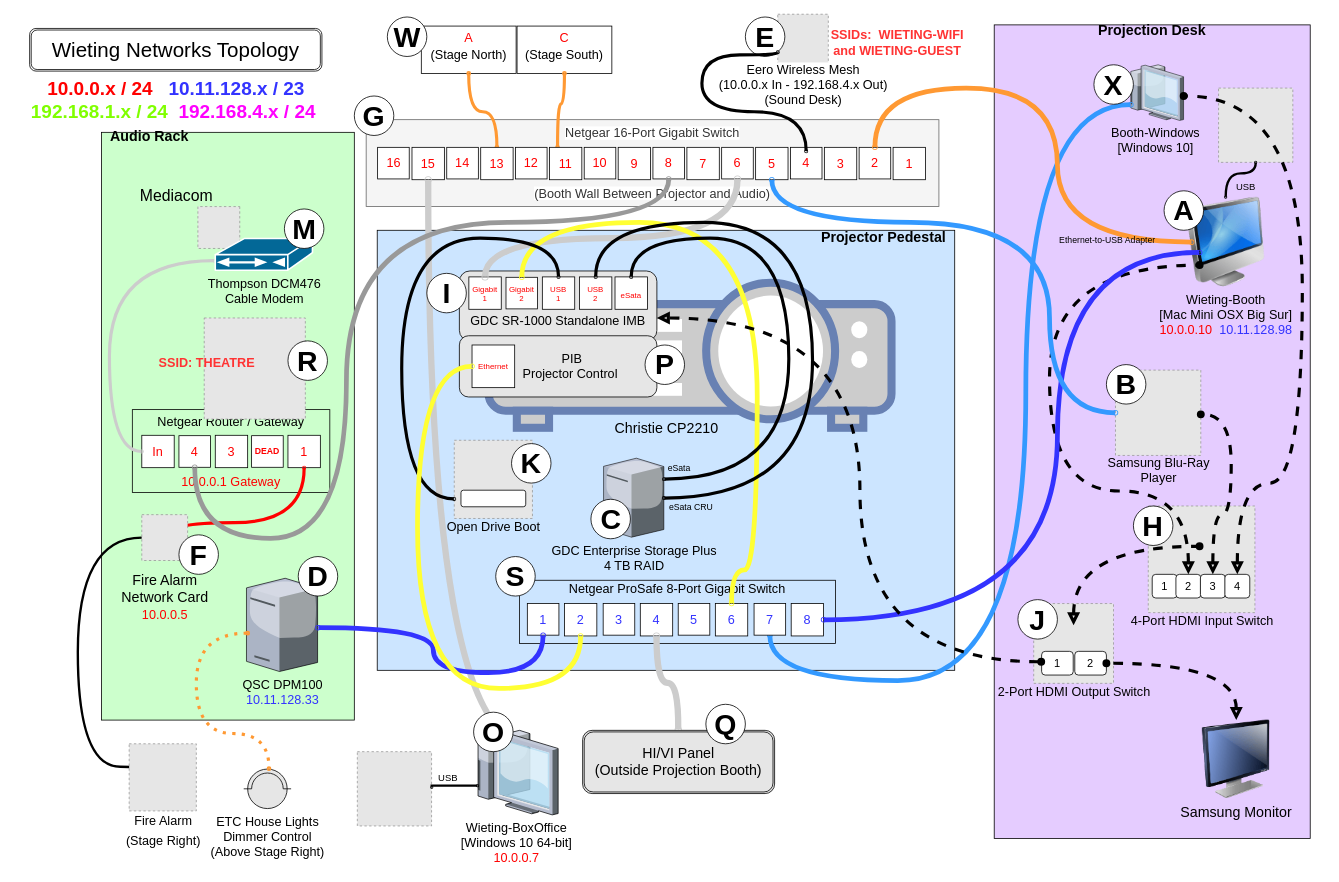
This is site/static/Wieting-Networks-Topology-2021.drawio from SummittDweller/wieting-one-click-hugo-cms, a draw.io file, before an edit. Source tidied: cells renumbered, new cells numbered last; positions are measured from the earlier drawing's top-left corner, leaving out a move shared by most shapes. Both pictures are drawn from the tidied source at 79%, with x=0, y=0 at pixel (13, 13). Pictures stored in the file or linked from it are replaced by grey dashed boxes.
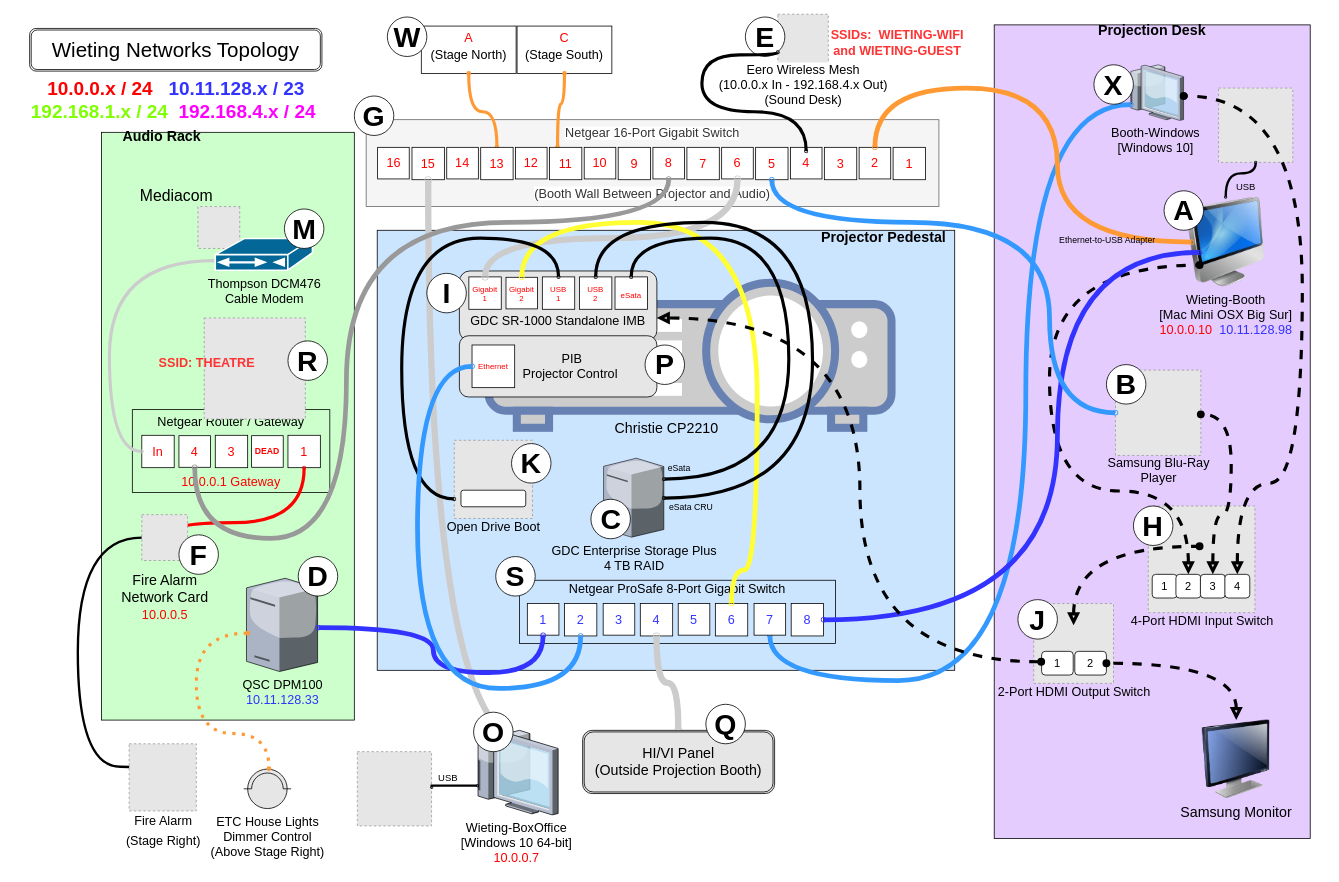
The same diagram, later.

The change refers to these unchanged cells:
```xml
<mxCell id="21" value="2" style="whiteSpace=wrap;html=1;fontSize=16;fontColor=#3333FF;" parent="1" vertex="1">
  <mxGeometry x="697" y="746.5" width="41" height="41" as="geometry" />
</mxCell>
<mxCell id="112" value="Ethernet" style="whiteSpace=wrap;html=1;fontSize=10;fontColor=#FF0000;" parent="1" vertex="1">
  <mxGeometry x="580" y="419.2" width="54" height="54" as="geometry" />
</mxCell>
```

Change to the diagram source:
```diff
@@
-    <mxCell id="2" value="&lt;font style=&quot;font-size: 18px&quot;&gt;&lt;b&gt;&amp;nbsp; Audio Rack&lt;br&gt;&lt;br&gt;&lt;br&gt;&lt;br&gt;&lt;br&gt;&lt;br&gt;&lt;br&gt;&lt;br&gt;&lt;br&gt;&lt;br&gt;&lt;br&gt;&lt;br&gt;&lt;br&gt;&lt;br&gt;&lt;br&gt;&lt;br&gt;&lt;br&gt;&lt;br&gt;&lt;br&gt;&lt;br&gt;&lt;br&gt;&lt;br&gt;&lt;br&gt;&lt;br&gt;&lt;br&gt;&lt;br&gt;&lt;br&gt;&lt;br&gt;&lt;br&gt;&lt;br&gt;&lt;br&gt;&lt;br&gt;&lt;br&gt;&lt;br&gt;&lt;/b&gt;&lt;/font&gt;&lt;div style=&quot;font-size: 18px&quot;&gt;&lt;br&gt;&lt;/div&gt;" style="rounded=0;whiteSpace=wrap;html=1;labelBackgroundColor=none;fillColor=#CCFFCC;align=left;" parent="1" vertex="1">
+    <mxCell id="2" value="&lt;font style=&quot;font-size: 18px&quot;&gt;&lt;b&gt;&amp;nbsp; &amp;nbsp; &amp;nbsp;Audio Rack&lt;br&gt;&lt;br&gt;&lt;br&gt;&lt;br&gt;&lt;br&gt;&lt;br&gt;&lt;br&gt;&lt;br&gt;&lt;br&gt;&lt;br&gt;&lt;br&gt;&lt;br&gt;&lt;br&gt;&lt;br&gt;&lt;br&gt;&lt;br&gt;&lt;br&gt;&lt;br&gt;&lt;br&gt;&lt;br&gt;&lt;br&gt;&lt;br&gt;&lt;br&gt;&lt;br&gt;&lt;br&gt;&lt;br&gt;&lt;br&gt;&lt;br&gt;&lt;br&gt;&lt;br&gt;&lt;br&gt;&lt;br&gt;&lt;br&gt;&lt;br&gt;&lt;/b&gt;&lt;/font&gt;&lt;div style=&quot;font-size: 18px&quot;&gt;&lt;br&gt;&lt;/div&gt;" style="rounded=0;whiteSpace=wrap;html=1;labelBackgroundColor=none;fillColor=#CCFFCC;align=left;" parent="1" vertex="1">
       <mxGeometry x="111" y="150" width="320" height="744" as="geometry" />
     </mxCell>
@@
-    <mxCell id="122" style="rounded=0;jumpStyle=gap;jumpSize=7;html=1;exitX=0.5;exitY=1;entryX=0;entryY=0.5;startArrow=oval;startFill=1;startSize=1;endArrow=oval;endFill=1;endSize=1;jettySize=auto;strokeColor=#FFFF33;strokeWidth=6;fontSize=26;fontColor=#FF0000;exitDx=0;exitDy=0;entryDx=0;entryDy=0;fillColor=#fff2cc;edgeStyle=orthogonalEdgeStyle;curved=1;" parent="1" edge="1" source="21" target="112">
+    <mxCell id="122" style="rounded=0;jumpStyle=gap;jumpSize=7;html=1;exitX=0.5;exitY=1;entryX=0;entryY=0.5;startArrow=oval;startFill=1;startSize=1;endArrow=oval;endFill=1;endSize=1;jettySize=auto;strokeColor=#3399FF;strokeWidth=6;fontSize=26;fontColor=#FF0000;exitDx=0;exitDy=0;entryDx=0;entryDy=0;fillColor=#dae8fc;edgeStyle=orthogonalEdgeStyle;curved=1;" parent="1" edge="1" source="21" target="112">
       <mxGeometry y="-10" relative="1" as="geometry">
         <Array as="points">
           <mxPoint x="718" y="854" />
           <mxPoint x="511" y="854" />
           <mxPoint x="511" y="446" />
         </Array>
       </mxGeometry>
     </mxCell>
```
